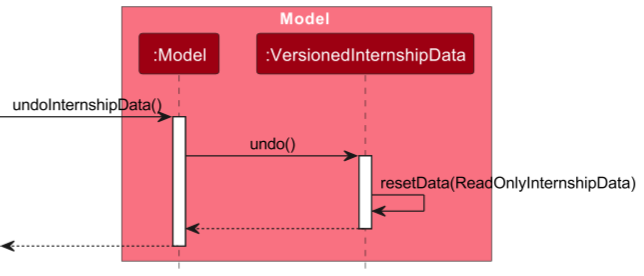
theman-oj10/CareerSync keeps this PlantUML diagram as docs/images/UndoSequenceDiagram-Model.png. Above is the earlier version. Its source is kept beside it as docs/diagrams/UndoSequenceDiagram-Model.puml.
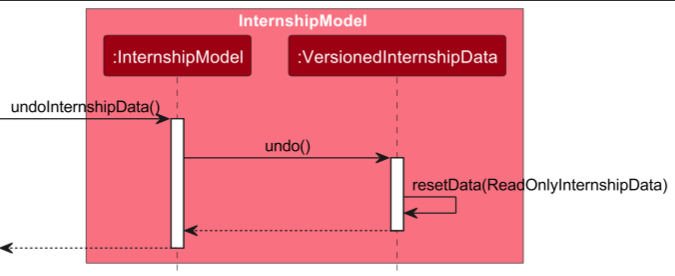
After the commit.

Diff of the diagram source:
```diff
@@ -2,22 +2,22 @@
 !include style.puml
 skinparam ArrowFontStyle plain
 
-box Model MODEL_COLOR_T1
-participant ":Model" as Model MODEL_COLOR
+box InternshipModel MODEL_COLOR_T1
+participant ":InternshipModel" as InternshipModel MODEL_COLOR
 participant ":VersionedInternshipData" as VersionedInternshipData MODEL_COLOR
 end box
 
-[-> Model : undoInternshipData()
-activate Model
+[-> InternshipModel : undoInternshipData()
+activate InternshipModel
 
-Model -> VersionedInternshipData : undo()
+InternshipModel -> VersionedInternshipData : undo()
 activate VersionedInternshipData
 
 VersionedInternshipData -> VersionedInternshipData :resetData(ReadOnlyInternshipData)
-VersionedInternshipData --> Model :
+VersionedInternshipData --> InternshipModel :
 deactivate VersionedInternshipData
 
-[<-- Model
-deactivate Model
+[<-- InternshipModel
+deactivate InternshipModel
 
 @enduml
```
